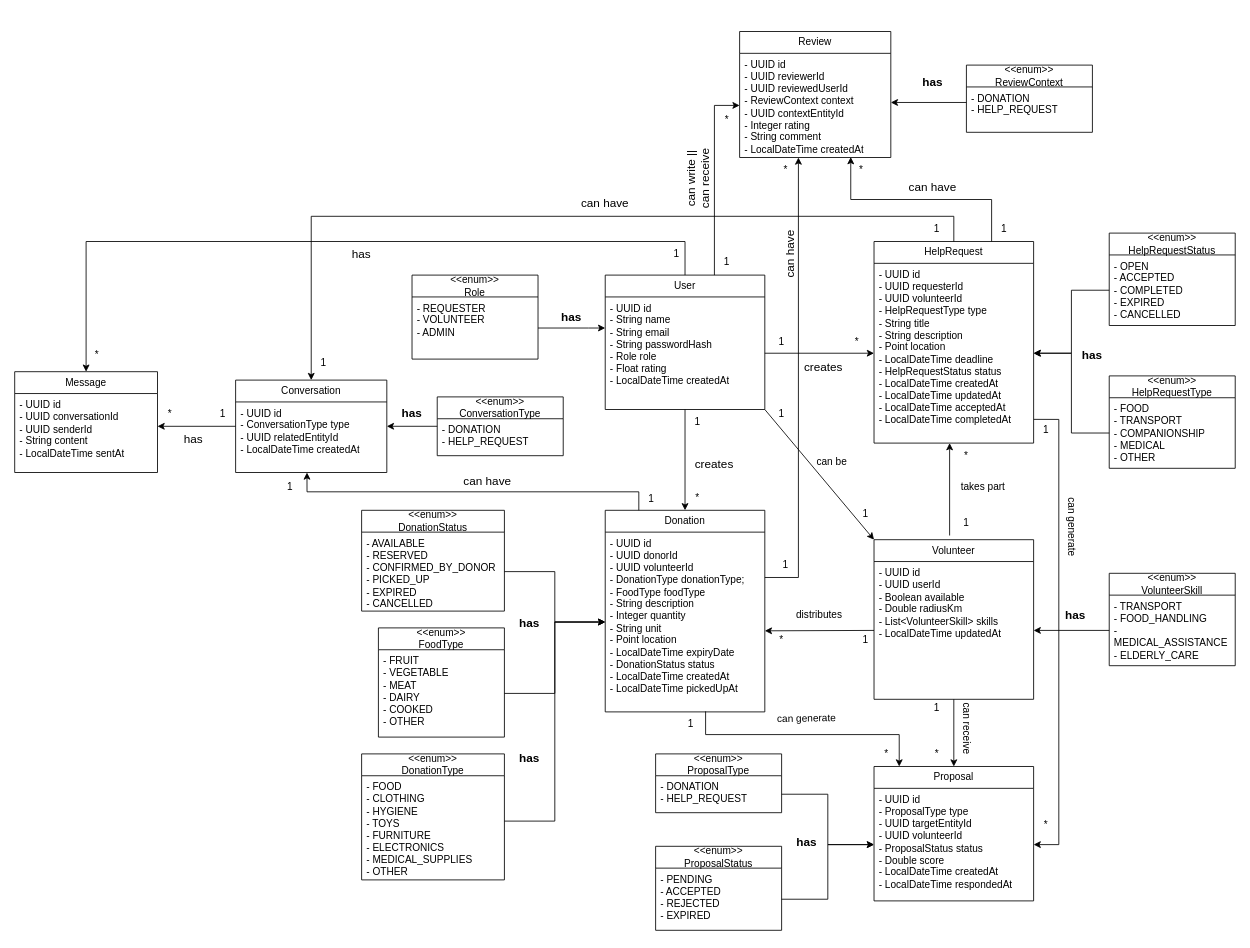
Chuckytin/community-help-pro keeps this draw.io diagram as docs/class-diagram-community-help.drawio. Above is the earlier version. Source tidied: cells renumbered, new cells numbered last; positions are measured from the earlier drawing's top-left corner, leaving out a move shared by most shapes. Both pictures are drawn from the tidied source at 84%, with x=0, y=0 at pixel (14, 31).
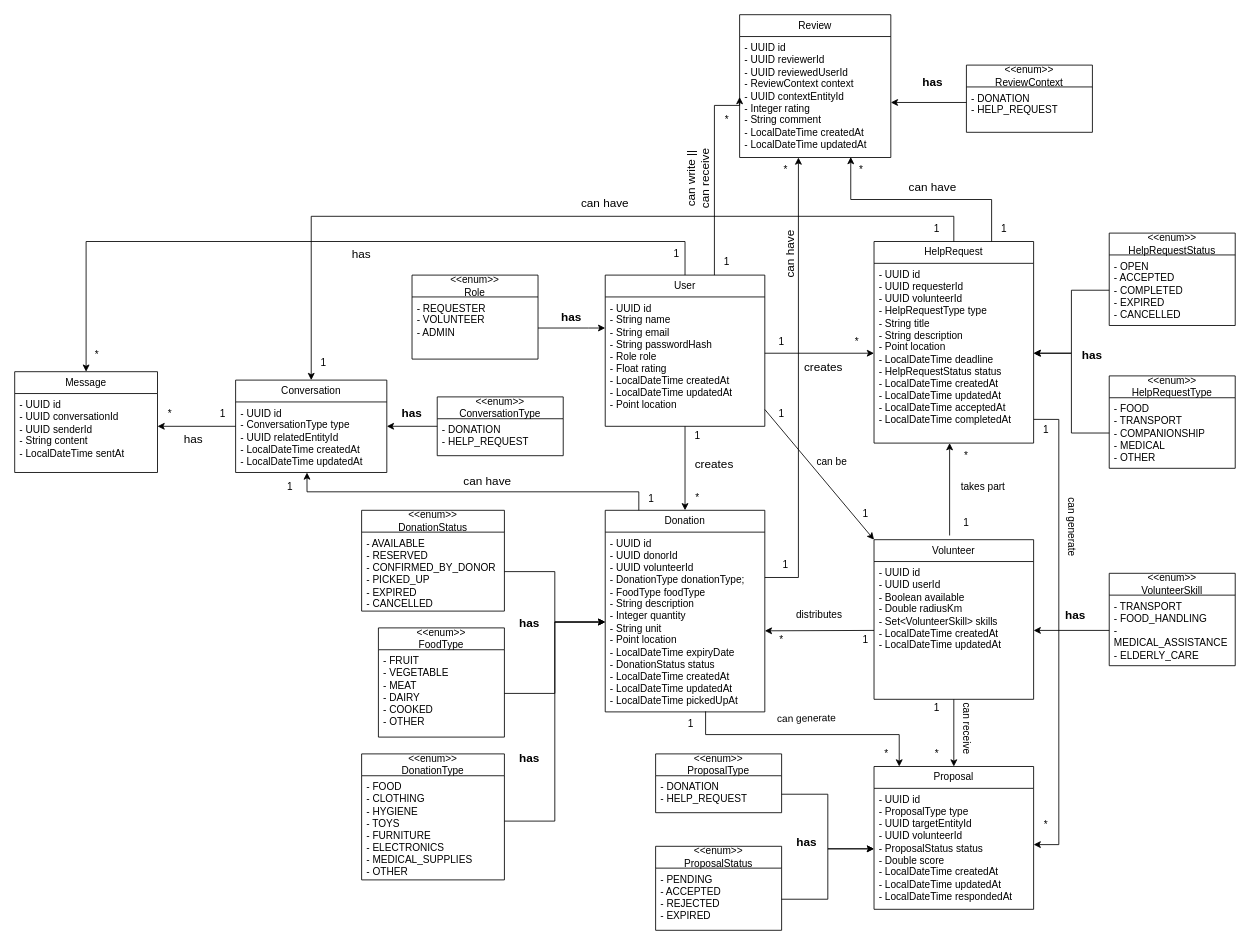
The same diagram, later.

Commit message:
Modificación en diagrama de createdAt y updatedAt

Unchanged cells that the change refers to:
```xml
<mxCell id="9" value="&lt;div&gt;- UUID id&lt;/div&gt;&lt;div&gt;- UUID requesterId&lt;/div&gt;&lt;div&gt;- UUID volunteerId&lt;/div&gt;&lt;div&gt;- HelpRequestType type&lt;/div&gt;&lt;div&gt;- String title&lt;/div&gt;&lt;div&gt;- String description&lt;/div&gt;&lt;div&gt;- Point location&lt;/div&gt;&lt;div&gt;- LocalDateTime deadline&lt;/div&gt;&lt;div&gt;- HelpRequestStatus status&lt;/div&gt;&lt;div&gt;- LocalDateTime createdAt&lt;/div&gt;&lt;div&gt;- LocalDateTime updatedAt&lt;/div&gt;&lt;div&gt;- LocalDateTime acceptedAt&lt;/div&gt;&lt;div&gt;- LocalDateTime completedAt&lt;/div&gt;" style="text;strokeColor=none;fillColor=none;align=left;verticalAlign=top;spacingLeft=4;spacingRight=4;overflow=hidden;points=[[0,0.5],[1,0.5]];portConstraint=eastwest;whiteSpace=wrap;html=1;" parent="8" vertex="1">
  <mxGeometry y="26" width="190" height="214" as="geometry" />
</mxCell>
<mxCell id="11" value="Donation" style="swimlane;fontStyle=0;horizontal=1;startSize=26;fillColor=none;whiteSpace=wrap;html=1;" parent="1" vertex="1">
  <mxGeometry x="703" y="570" width="190" height="240" as="geometry" />
</mxCell>
<mxCell id="14" value="Volunteer" style="swimlane;fontStyle=0;horizontal=1;startSize=26;fillColor=none;whiteSpace=wrap;html=1;" parent="1" vertex="1">
  <mxGeometry x="1023" y="605" width="190" height="190" as="geometry" />
</mxCell>
<mxCell id="57" value="Conversation" style="swimlane;fontStyle=0;horizontal=1;startSize=26;fillColor=none;whiteSpace=wrap;html=1;" parent="1" vertex="1">
  <mxGeometry x="263" y="415" width="180" height="110" as="geometry" />
</mxCell>
```

Diff of the diagram source:
```diff
@@
     <mxCell id="4" value="User" style="swimlane;fontStyle=0;horizontal=1;startSize=26;fillColor=none;whiteSpace=wrap;html=1;" parent="1" vertex="1">
-      <mxGeometry x="703" y="290" width="190" height="160" as="geometry" />
+      <mxGeometry x="703" y="290" width="190" height="180" as="geometry" />
     </mxCell>
-    <mxCell id="5" value="- UUID id&lt;div&gt;- String name&lt;/div&gt;&lt;div&gt;- String email&lt;/div&gt;&lt;div&gt;- String passwordHash&lt;/div&gt;&lt;div&gt;- Role role&lt;/div&gt;&lt;div&gt;- Float rating&lt;/div&gt;&lt;div&gt;- LocalDateTime createdAt&lt;/div&gt;&lt;div&gt;&lt;br&gt;&lt;/div&gt;" style="text;strokeColor=none;fillColor=none;align=left;verticalAlign=top;spacingLeft=4;spacingRight=4;overflow=hidden;points=[[0,0.5],[1,0.5]];portConstraint=eastwest;whiteSpace=wrap;html=1;" parent="4" vertex="1">
-      <mxGeometry y="26" width="190" height="134" as="geometry" />
+    <mxCell id="5" value="- UUID id&lt;div&gt;- String name&lt;/div&gt;&lt;div&gt;- String email&lt;/div&gt;&lt;div&gt;- String passwordHash&lt;/div&gt;&lt;div&gt;- Role role&lt;/div&gt;&lt;div&gt;- Float rating&lt;/div&gt;&lt;div&gt;- LocalDateTime createdAt&lt;/div&gt;&lt;div&gt;- LocalDateTime updatedAt&lt;/div&gt;&lt;div&gt;- Point location&lt;/div&gt;&lt;div&gt;&lt;br&gt;&lt;/div&gt;" style="text;strokeColor=none;fillColor=none;align=left;verticalAlign=top;spacingLeft=4;spacingRight=4;overflow=hidden;points=[[0,0.5],[1,0.5]];portConstraint=eastwest;whiteSpace=wrap;html=1;" parent="4" vertex="1">
+      <mxGeometry y="26" width="190" height="154" as="geometry" />
     </mxCell>
@@
-    <mxCell id="12" value="&lt;div&gt;- UUID id&lt;/div&gt;&lt;div&gt;- UUID donorId&lt;/div&gt;&lt;div&gt;- UUID volunteerId&lt;/div&gt;&lt;div&gt;- DonationType donationType;&lt;/div&gt;&lt;div&gt;- FoodType foodType&lt;/div&gt;&lt;div&gt;- String description&lt;/div&gt;&lt;div&gt;- Integer quantity&lt;/div&gt;&lt;div&gt;- String unit&lt;/div&gt;&lt;div&gt;- Point location&lt;/div&gt;&lt;div&gt;- LocalDateTime expiryDate&lt;/div&gt;&lt;div&gt;- DonationStatus status&lt;/div&gt;&lt;div&gt;- LocalDateTime createdAt&lt;/div&gt;&lt;div&gt;- LocalDateTime pickedUpAt&lt;/div&gt;" style="text;strokeColor=none;fillColor=none;align=left;verticalAlign=top;spacingLeft=4;spacingRight=4;overflow=hidden;points=[[0,0.5],[1,0.5]];portConstraint=eastwest;whiteSpace=wrap;html=1;" parent="11" vertex="1">
+    <mxCell id="12" value="&lt;div&gt;- UUID id&lt;/div&gt;&lt;div&gt;- UUID donorId&lt;/div&gt;&lt;div&gt;- UUID volunteerId&lt;/div&gt;&lt;div&gt;- DonationType donationType;&lt;/div&gt;&lt;div&gt;- FoodType foodType&lt;/div&gt;&lt;div&gt;- String description&lt;/div&gt;&lt;div&gt;- Integer quantity&lt;/div&gt;&lt;div&gt;- String unit&lt;/div&gt;&lt;div&gt;- Point location&lt;/div&gt;&lt;div&gt;- LocalDateTime expiryDate&lt;/div&gt;&lt;div&gt;- DonationStatus status&lt;/div&gt;&lt;div&gt;- LocalDateTime createdAt&lt;/div&gt;&lt;div&gt;- LocalDateTime updatedAt&lt;/div&gt;&lt;div&gt;- LocalDateTime pickedUpAt&lt;/div&gt;" style="text;strokeColor=none;fillColor=none;align=left;verticalAlign=top;spacingLeft=4;spacingRight=4;overflow=hidden;points=[[0,0.5],[1,0.5]];portConstraint=eastwest;whiteSpace=wrap;html=1;" parent="11" vertex="1">
       <mxGeometry y="26" width="190" height="214" as="geometry" />
     </mxCell>
@@
-    <mxCell id="15" value="&lt;div&gt;- UUID id&lt;/div&gt;&lt;div&gt;- UUID userId&lt;/div&gt;&lt;div&gt;- Boolean available&lt;/div&gt;&lt;div&gt;- Double radiusKm&lt;/div&gt;&lt;div&gt;- List&amp;lt;VolunteerSkill&amp;gt; skills&lt;/div&gt;&lt;div&gt;- LocalDateTime updatedAt&lt;/div&gt;" style="text;strokeColor=none;fillColor=none;align=left;verticalAlign=top;spacingLeft=4;spacingRight=4;overflow=hidden;points=[[0,0.5],[1,0.5]];portConstraint=eastwest;whiteSpace=wrap;html=1;" parent="14" vertex="1">
+    <mxCell id="15" value="&lt;div&gt;- UUID id&lt;/div&gt;&lt;div&gt;- UUID userId&lt;/div&gt;&lt;div&gt;- Boolean available&lt;/div&gt;&lt;div&gt;- Double radiusKm&lt;/div&gt;&lt;div&gt;- Set&amp;lt;VolunteerSkill&amp;gt; skills&lt;/div&gt;&lt;div&gt;- LocalDateTime createdAt&lt;/div&gt;&lt;div&gt;- LocalDateTime updatedAt&lt;/div&gt;" style="text;strokeColor=none;fillColor=none;align=left;verticalAlign=top;spacingLeft=4;spacingRight=4;overflow=hidden;points=[[0,0.5],[1,0.5]];portConstraint=eastwest;whiteSpace=wrap;html=1;" parent="14" vertex="1">
       <mxGeometry y="26" width="190" height="164" as="geometry" />
     </mxCell>
@@
     <mxCell id="38" style="edgeStyle=orthogonalEdgeStyle;rounded=0;jettySize=auto;html=1;" parent="1" edge="1" source="5" target="9">
-      <mxGeometry relative="1" as="geometry" />
+      <mxGeometry relative="1" as="geometry">
+        <Array as="points">
+          <mxPoint x="923" y="383" />
+          <mxPoint x="923" y="383" />
+        </Array>
+      </mxGeometry>
     </mxCell>
@@
     <mxCell id="42" value="1" style="text;html=1;whiteSpace=wrap;strokeColor=none;fillColor=none;align=center;verticalAlign=middle;rounded=0;" parent="1" vertex="1">
-      <mxGeometry x="783" y="450" width="60" height="30" as="geometry" />
+      <mxGeometry x="783" y="467" width="60" height="30" as="geometry" />
     </mxCell>
@@
-    <mxCell id="58" value="- UUID id&lt;div&gt;- ConversationType type&amp;nbsp;&lt;/div&gt;&lt;div&gt;&lt;span style=&quot;background-color: transparent; color: light-dark(rgb(0, 0, 0), rgb(255, 255, 255));&quot;&gt;- UUID relatedEntityId&amp;nbsp;&lt;/span&gt;&lt;/div&gt;&lt;div&gt;- LocalDateTime createdAt&lt;/div&gt;" style="text;strokeColor=none;fillColor=none;align=left;verticalAlign=top;spacingLeft=4;spacingRight=4;overflow=hidden;points=[[0,0.5],[1,0.5]];portConstraint=eastwest;whiteSpace=wrap;html=1;" parent="57" vertex="1">
+    <mxCell id="58" value="- UUID id&lt;div&gt;- ConversationType type&amp;nbsp;&lt;/div&gt;&lt;div&gt;&lt;span style=&quot;background-color: transparent; color: light-dark(rgb(0, 0, 0), rgb(255, 255, 255));&quot;&gt;- UUID relatedEntityId&amp;nbsp;&lt;/span&gt;&lt;/div&gt;&lt;div&gt;- LocalDateTime createdAt&lt;/div&gt;&lt;div&gt;- LocalDateTime updatedAt&lt;/div&gt;" style="text;strokeColor=none;fillColor=none;align=left;verticalAlign=top;spacingLeft=4;spacingRight=4;overflow=hidden;points=[[0,0.5],[1,0.5]];portConstraint=eastwest;whiteSpace=wrap;html=1;" parent="57" vertex="1">
       <mxGeometry y="26" width="180" height="84" as="geometry" />
     </mxCell>
@@
     <mxCell id="61" value="Review" style="swimlane;fontStyle=0;horizontal=1;startSize=26;fillColor=none;whiteSpace=wrap;html=1;" parent="1" vertex="1">
-      <mxGeometry x="863" width="180" height="150" as="geometry" />
+      <mxGeometry x="863" y="-20" width="180" height="170" as="geometry" />
     </mxCell>
-    <mxCell id="62" value="- UUID id&lt;div&gt;- UUID reviewerId&lt;/div&gt;&lt;div&gt;- UUID reviewedUserId&lt;/div&gt;&lt;div&gt;- ReviewContext context&lt;/div&gt;&lt;div&gt;- UUID contextEntityId&lt;/div&gt;&lt;div&gt;- Integer rating&lt;/div&gt;&lt;div&gt;- String comment&lt;/div&gt;&lt;div&gt;- LocalDateTime createdAt&lt;/div&gt;" style="text;strokeColor=none;fillColor=none;align=left;verticalAlign=top;spacingLeft=4;spacingRight=4;overflow=hidden;points=[[0,0.5],[1,0.5]];portConstraint=eastwest;whiteSpace=wrap;html=1;" parent="61" vertex="1">
-      <mxGeometry y="26" width="180" height="124" as="geometry" />
+    <mxCell id="62" value="- UUID id&lt;div&gt;- UUID reviewerId&lt;/div&gt;&lt;div&gt;- UUID reviewedUserId&lt;/div&gt;&lt;div&gt;- ReviewContext context&lt;/div&gt;&lt;div&gt;- UUID contextEntityId&lt;/div&gt;&lt;div&gt;- Integer rating&lt;/div&gt;&lt;div&gt;- String comment&lt;/div&gt;&lt;div&gt;- LocalDateTime createdAt&lt;/div&gt;&lt;div&gt;- LocalDateTime updatedAt&lt;/div&gt;" style="text;strokeColor=none;fillColor=none;align=left;verticalAlign=top;spacingLeft=4;spacingRight=4;overflow=hidden;points=[[0,0.5],[1,0.5]];portConstraint=eastwest;whiteSpace=wrap;html=1;" parent="61" vertex="1">
+      <mxGeometry y="26" width="180" height="144" as="geometry" />
     </mxCell>
@@
     <mxCell id="67" value="Proposal" style="swimlane;fontStyle=0;horizontal=1;startSize=26;fillColor=none;whiteSpace=wrap;html=1;" parent="1" vertex="1">
-      <mxGeometry x="1023" y="875" width="190" height="160" as="geometry" />
+      <mxGeometry x="1023" y="875" width="190" height="170" as="geometry" />
     </mxCell>
-    <mxCell id="68" value="&lt;div&gt;- UUID id&lt;/div&gt;&lt;div&gt;- ProposalType type&lt;/div&gt;&lt;div&gt;- UUID targetEntityId&lt;/div&gt;&lt;div&gt;- UUID volunteerId&lt;/div&gt;&lt;div&gt;- ProposalStatus status&lt;/div&gt;&lt;div&gt;- Double score&lt;/div&gt;&lt;div&gt;- LocalDateTime createdAt&lt;/div&gt;&lt;div&gt;- LocalDateTime respondedAt&lt;/div&gt;" style="text;strokeColor=none;fillColor=none;align=left;verticalAlign=top;spacingLeft=4;spacingRight=4;overflow=hidden;points=[[0,0.5],[1,0.5]];portConstraint=eastwest;whiteSpace=wrap;html=1;" parent="67" vertex="1">
-      <mxGeometry y="26" width="190" height="134" as="geometry" />
+    <mxCell id="68" value="&lt;div&gt;- UUID id&lt;/div&gt;&lt;div&gt;- ProposalType type&lt;/div&gt;&lt;div&gt;- UUID targetEntityId&lt;/div&gt;&lt;div&gt;- UUID volunteerId&lt;/div&gt;&lt;div&gt;- ProposalStatus status&lt;/div&gt;&lt;div&gt;- Double score&lt;/div&gt;&lt;div&gt;- LocalDateTime createdAt&lt;/div&gt;&lt;div&gt;- LocalDateTime updatedAt&lt;/div&gt;&lt;div&gt;- LocalDateTime respondedAt&lt;/div&gt;" style="text;strokeColor=none;fillColor=none;align=left;verticalAlign=top;spacingLeft=4;spacingRight=4;overflow=hidden;points=[[0,0.5],[1,0.5]];portConstraint=eastwest;whiteSpace=wrap;html=1;" parent="67" vertex="1">
+      <mxGeometry y="26" width="190" height="144" as="geometry" />
     </mxCell>
```
